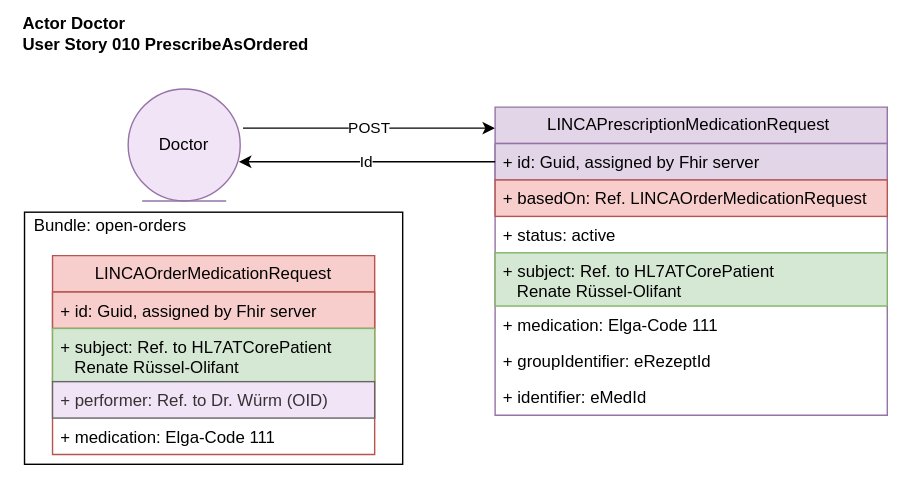
Before: r5-LinkedCare-main/UserStory_010_diagram.svg, a diagram exported from draw.io (HL7Austria/hl7austria.github.io). Source tidied: cells renumbered, new cells last; positions are measured from the earlier drawing's top-left corner, leaving out a move shared by most shapes.
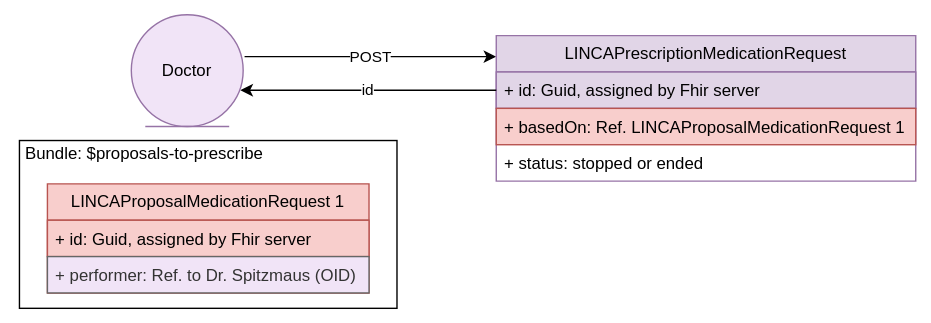
After the change.

Change to the diagram source:
```diff
@@ -3,66 +3,45 @@
     <mxCell id="0" />
     <mxCell id="1" parent="0" />
     <mxCell id="2" style="rounded=0;whiteSpace=wrap;html=1;" parent="1" vertex="1">
-      <mxGeometry x="7" y="140" width="270" height="180" as="geometry" />
+      <mxGeometry x="2" y="140" width="270" height="120" as="geometry" />
     </mxCell>
-    <mxCell id="3" value="Actor Doctor&lt;br&gt;User Story 010 PrescribeAsOrdered" style="text;align=left;fontStyle=1;verticalAlign=middle;spacingLeft=3;spacingRight=3;strokeColor=none;html=1;" parent="1" vertex="1">
-      <mxGeometry x="1" width="240" height="26" as="geometry" />
-    </mxCell>
     <mxCell id="4" value="POST" style="endArrow=classic;html=1;rounded=0;" parent="1" edge="1">
       <mxGeometry relative="1" as="geometry">
         <mxPoint x="163" y="80" as="sourcePoint" />
         <mxPoint x="343" y="80" as="targetPoint" />
       </mxGeometry>
     </mxCell>
-    <mxCell id="5" value="LINCAPrescriptionMedicationRequest&amp;nbsp;" style="swimlane;fontStyle=0;horizontal=1;startSize=26;fillColor=#e1d5e7;whiteSpace=wrap;html=1;strokeColor=#9673a6;" parent="1" vertex="1">
-      <mxGeometry x="343" y="65" width="280" height="220" as="geometry" />
+    <mxCell id="5" value="LINCAPrescriptionMedicationRequest" style="swimlane;fontStyle=0;horizontal=1;startSize=26;fillColor=#e1d5e7;whiteSpace=wrap;html=1;strokeColor=#9673a6;" parent="1" vertex="1">
+      <mxGeometry x="343" y="65" width="300" height="104" as="geometry" />
     </mxCell>
     <mxCell id="6" value="+ id: Guid, assigned by Fhir server" style="text;strokeColor=#9673a6;fillColor=#e1d5e7;align=left;verticalAlign=top;spacingLeft=4;spacingRight=4;overflow=hidden;points=[[0,0.5],[1,0.5]];portConstraint=eastwest;whiteSpace=wrap;html=1;" parent="5" vertex="1">
-      <mxGeometry y="26" width="280" height="26" as="geometry" />
+      <mxGeometry y="26" width="300" height="26" as="geometry" />
     </mxCell>
-    <mxCell id="7" value="+ basedOn: Ref. LINCAOrderMedicationRequest" style="text;strokeColor=#b85450;fillColor=#f8cecc;align=left;verticalAlign=top;spacingLeft=4;spacingRight=4;overflow=hidden;whiteSpace=wrap;html=1;" parent="5" vertex="1">
-      <mxGeometry y="52" width="280" height="26" as="geometry" />
+    <mxCell id="7" value="+ basedOn: Ref. LINCAProposalMedicationRequest 1" style="text;strokeColor=#b85450;fillColor=#f8cecc;align=left;verticalAlign=top;spacingLeft=4;spacingRight=4;overflow=hidden;whiteSpace=wrap;html=1;" parent="5" vertex="1">
+      <mxGeometry y="52" width="300" height="26" as="geometry" />
     </mxCell>
-    <mxCell id="8" value="+ status: active" style="text;align=left;verticalAlign=top;spacingLeft=4;spacingRight=4;overflow=hidden;whiteSpace=wrap;html=1;" parent="5" vertex="1">
-      <mxGeometry y="78" width="280" height="26" as="geometry" />
+    <mxCell id="8" value="+ status: stopped or ended" style="text;align=left;verticalAlign=top;spacingLeft=4;spacingRight=4;overflow=hidden;whiteSpace=wrap;html=1;" parent="5" vertex="1">
+      <mxGeometry y="78" width="300" height="26" as="geometry" />
     </mxCell>
-    <mxCell id="9" value="+ subject: Ref. to HL7ATCorePatient&amp;nbsp; &lt;br&gt;&amp;nbsp; &amp;nbsp;Renate Rüssel-Olifant" style="text;strokeColor=#82b366;fillColor=#d5e8d4;align=left;verticalAlign=top;spacingLeft=4;spacingRight=4;overflow=hidden;whiteSpace=wrap;html=1;" parent="5" vertex="1">
-      <mxGeometry y="104" width="280" height="38" as="geometry" />
-    </mxCell>
-    <mxCell id="10" value="+ medication: Elga-Code 111" style="text;align=left;verticalAlign=top;spacingLeft=4;spacingRight=4;overflow=hidden;whiteSpace=wrap;html=1;" parent="5" vertex="1">
-      <mxGeometry y="142" width="280" height="26" as="geometry" />
-    </mxCell>
-    <mxCell id="11" value="+ groupIdentifier: eRezeptId" style="text;align=left;verticalAlign=top;spacingLeft=4;spacingRight=4;overflow=hidden;whiteSpace=wrap;html=1;" parent="5" vertex="1">
-      <mxGeometry y="168" width="280" height="26" as="geometry" />
-    </mxCell>
-    <mxCell id="12" value="+ identifier: eMedId" style="text;align=left;verticalAlign=top;spacingLeft=4;spacingRight=4;overflow=hidden;whiteSpace=wrap;html=1;" parent="5" vertex="1">
-      <mxGeometry y="194" width="280" height="26" as="geometry" />
-    </mxCell>
-    <mxCell id="13" value="Id" style="endArrow=classic;html=1;rounded=0;exitX=0;exitY=0.5;exitDx=0;exitDy=0;" parent="1" edge="1" source="6">
+    <mxCell id="13" value="id" style="endArrow=classic;html=1;rounded=0;exitX=0;exitY=0.5;exitDx=0;exitDy=0;" parent="1" edge="1" source="6">
       <mxGeometry relative="1" as="geometry">
         <mxPoint x="160" y="104" as="targetPoint" />
       </mxGeometry>
     </mxCell>
-    <mxCell id="14" value="LINCAOrderMedicationRequest" style="swimlane;fontStyle=0;horizontal=1;startSize=26;fillColor=#f8cecc;whiteSpace=wrap;html=1;strokeColor=#b85450;" parent="1" vertex="1">
-      <mxGeometry x="27" y="171" width="230" height="142" as="geometry" />
+    <mxCell id="14" value="LINCAProposalMedicationRequest 1" style="swimlane;fontStyle=0;horizontal=1;startSize=26;fillColor=#f8cecc;whiteSpace=wrap;html=1;strokeColor=#b85450;" parent="1" vertex="1">
+      <mxGeometry x="22" y="171" width="230" height="78" as="geometry" />
     </mxCell>
     <mxCell id="15" value="+ id: Guid, assigned by Fhir server" style="text;strokeColor=#b85450;fillColor=#f8cecc;align=left;verticalAlign=top;spacingLeft=4;spacingRight=4;overflow=hidden;whiteSpace=wrap;html=1;" parent="14" vertex="1">
       <mxGeometry y="26" width="230" height="26" as="geometry" />
     </mxCell>
-    <mxCell id="16" value="+ subject: Ref. to HL7ATCorePatient&amp;nbsp; &lt;br&gt;&amp;nbsp; &amp;nbsp;Renate Rüssel-Olifant" style="text;strokeColor=#82b366;fillColor=#d5e8d4;align=left;verticalAlign=top;spacingLeft=4;spacingRight=4;overflow=hidden;whiteSpace=wrap;html=1;" parent="14" vertex="1">
-      <mxGeometry y="52" width="230" height="38" as="geometry" />
-    </mxCell>
-    <mxCell id="17" value="+ performer: Ref. to Dr. Würm (OID)" style="text;strokeColor=#666666;fillColor=#F1E4F7;align=left;verticalAlign=top;spacingLeft=4;spacingRight=4;overflow=hidden;whiteSpace=wrap;html=1;fontColor=#333333;" parent="14" vertex="1">
-      <mxGeometry y="90" width="230" height="26" as="geometry" />
+    <mxCell id="17" value="+ performer: Ref. to Dr. Spitzmaus (OID)" style="text;strokeColor=#666666;fillColor=#F1E4F7;align=left;verticalAlign=top;spacingLeft=4;spacingRight=4;overflow=hidden;whiteSpace=wrap;html=1;fontColor=#333333;" parent="14" vertex="1">
+      <mxGeometry y="52" width="230" height="26" as="geometry" />
     </mxCell>
-    <mxCell id="18" value="+ medication: Elga-Code 111" style="text;align=left;verticalAlign=top;spacingLeft=4;spacingRight=4;overflow=hidden;whiteSpace=wrap;html=1;" parent="14" vertex="1">
-      <mxGeometry y="116" width="230" height="26" as="geometry" />
-    </mxCell>
-    <mxCell id="19" value="Bundle: open-orders" style="text;html=1;strokeColor=none;fillColor=none;align=center;verticalAlign=middle;whiteSpace=wrap;rounded=0;" parent="1" vertex="1">
-      <mxGeometry y="135" width="137" height="30" as="geometry" />
+    <mxCell id="19" value="Bundle: $proposals-to-prescribe" style="text;html=1;strokeColor=none;fillColor=none;align=center;verticalAlign=middle;whiteSpace=wrap;rounded=0;" parent="1" vertex="1">
+      <mxGeometry x="-1" y="135" width="185" height="30" as="geometry" />
     </mxCell>
     <mxCell id="20" value="Doctor" style="ellipse;shape=umlEntity;whiteSpace=wrap;html=1;fillColor=#F1E4F7;strokeColor=#9673a6;" parent="1" vertex="1">
-      <mxGeometry x="81" y="52" width="80" height="80" as="geometry" />
+      <mxGeometry x="82" y="50" width="80" height="80" as="geometry" />
     </mxCell>
   </root>
 </mxGraphModel>
```
